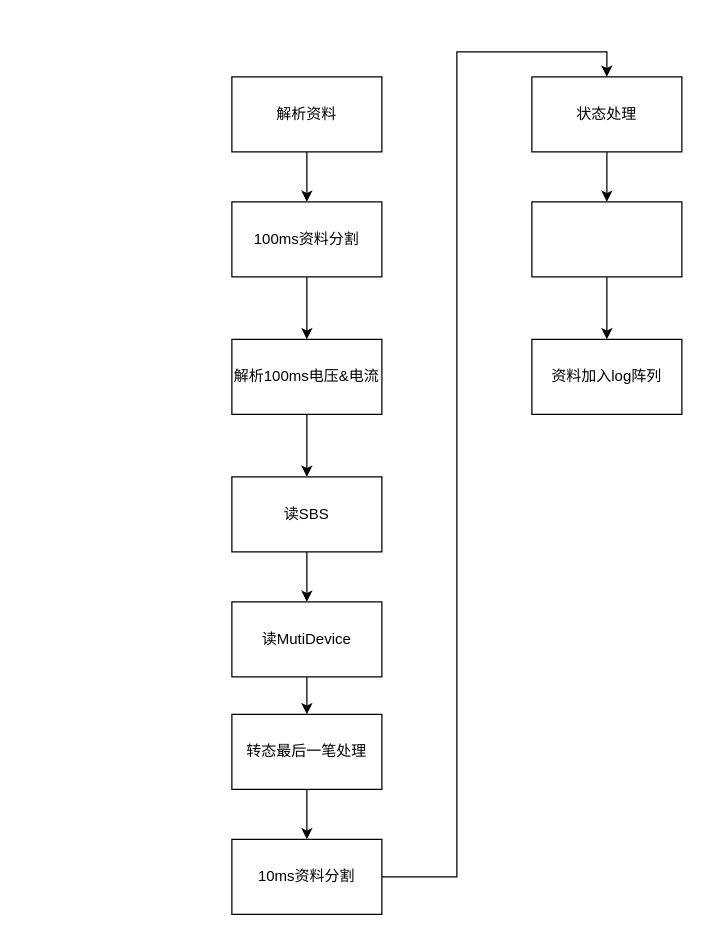
Before: page "ProcessData()" (5 of 5) of L720.drawio in JackGeminiKu/Diagrams, a draw.io diagram. Source tidied: cells renumbered, new cells numbered last; positions are measured from the earlier drawing's top-left corner, leaving out a move shared by most shapes. Both pictures are drawn from the tidied source at 125%, with x=0, y=0 at pixel (231, 76).
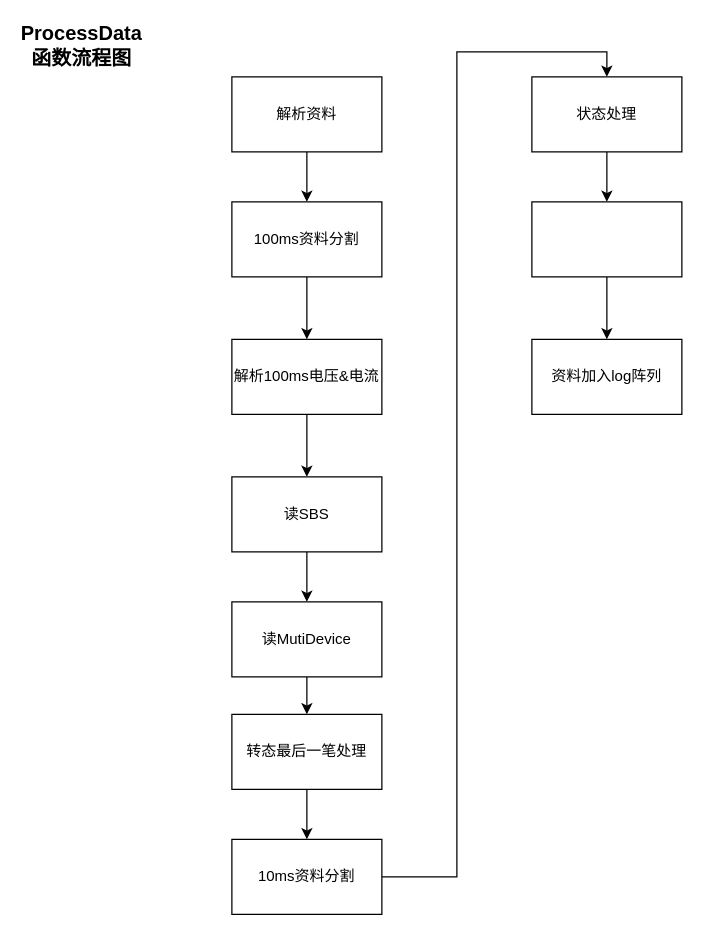
After the change.

Change to the diagram source:
```diff
@@
+    <mxCell id="21" value="&lt;div style=&quot;font-size: 16px;&quot;&gt;ProcessData函数流程图&lt;/div&gt;" style="text;html=1;align=center;verticalAlign=middle;whiteSpace=wrap;rounded=0;fontStyle=1;fontSize=16;" parent="1" vertex="1">
+      <mxGeometry x="-150" y="-40" width="60" height="30" as="geometry" />
+    </mxCell>
```
